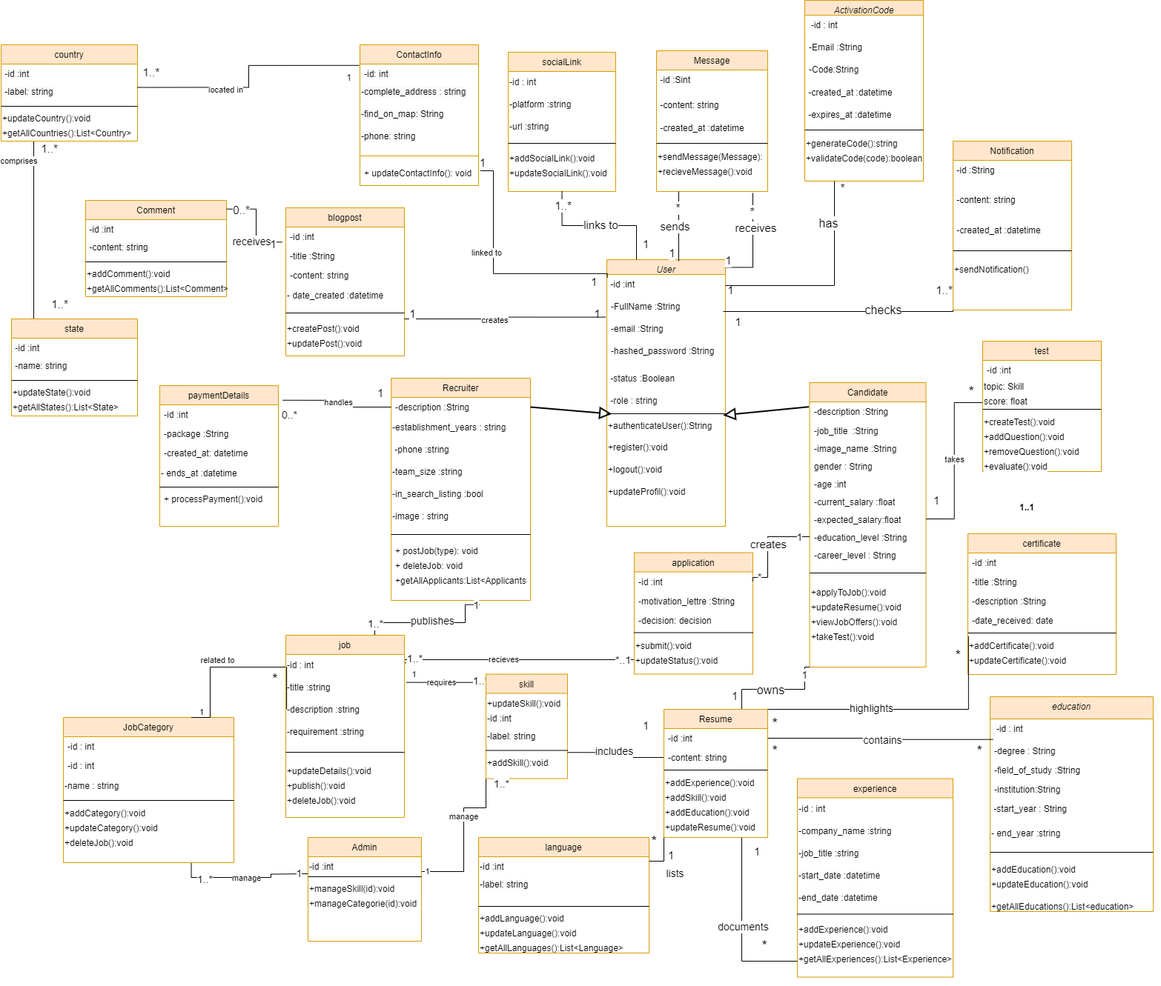
Above: class diagram.drawio.png in chirine1/-project (draw.io), before the change. Source tidied: cells renumbered, new cells last; positions are measured from the earlier drawing's top-left corner, leaving out a move shared by most shapes.
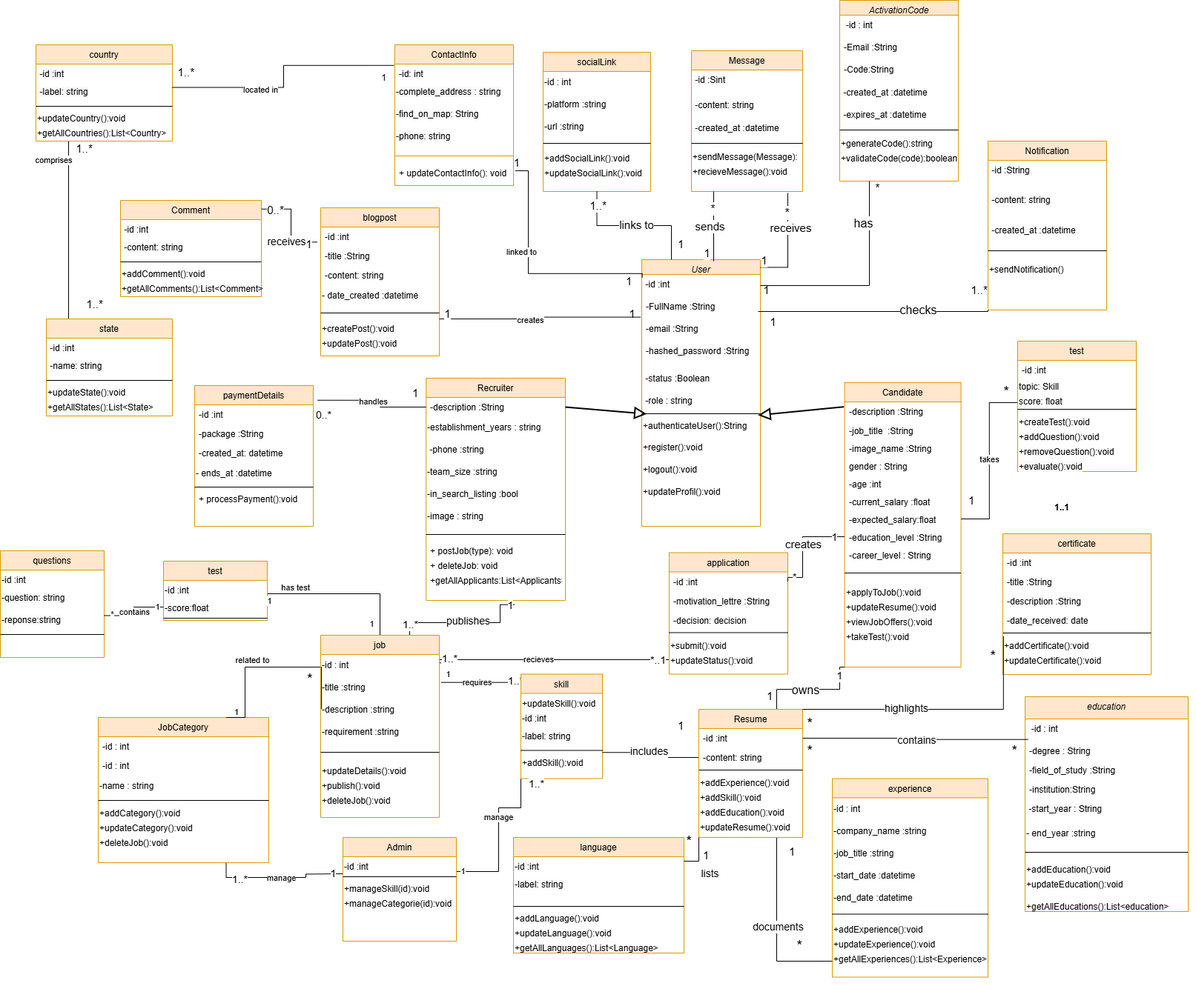
The same diagram one commit later.

Commit message:
Mettre à jour class diagram.drawio.png

Diff of the diagram source:
```diff
@@ -1006,6 +1006,9 @@
     <mxCell id="278" value="+ processPayment():void" style="text;strokeColor=none;fillColor=none;align=left;verticalAlign=top;spacingLeft=4;spacingRight=4;overflow=hidden;whiteSpace=wrap;html=1;" parent="272" vertex="1">
       <mxGeometry y="140" width="160" height="30" as="geometry" />
     </mxCell>
+    <mxCell id="300" style="edgeStyle=orthogonalEdgeStyle;rounded=0;jettySize=auto;html=1;exitX=0.5;exitY=0;exitDx=0;exitDy=0;entryX=1;entryY=0.75;entryDx=0;entryDy=0;endArrow=none;endFill=0;" parent="1" edge="1" source="279" target="307">
+      <mxGeometry relative="1" as="geometry" />
+    </mxCell>
     <mxCell id="279" value="job" style="swimlane;fontStyle=0;align=center;verticalAlign=top;horizontal=1;startSize=26;rounded=0;shadow=0;strokeWidth=1;fillColor=#ffe6cc;strokeColor=#d79b00;" parent="1" vertex="1">
       <mxGeometry x="384" y="857" width="160" height="246" as="geometry" />
     </mxCell>
@@ -1073,5 +1076,55 @@
     <mxCell id="299" value="&lt;div style=&quot;forced-color-adjust: none; text-align: left;&quot;&gt;&lt;div&gt;+getAllEducations():List&amp;lt;education&amp;gt;&lt;/div&gt;&lt;div&gt;&lt;br style=&quot;text-wrap: nowrap;&quot;&gt;&lt;span style=&quot;color: rgba(0, 0, 0, 0); font-family: monospace; font-size: 0px; text-wrap: nowrap;&quot;&gt;%3CmxGraphModel%3E%3Croot%3E%3CmxCell%20id%3D%220%22%2F%3E%3CmxCell%20id%3D%221%22%20parent%3D%220%22%2F%3E%3CmxCell%20id%3D%222%22%20value%3D%22language%22%20style%3D%22swimlane%3BfontStyle%3D0%3Balign%3Dcenter%3BverticalAlign%3Dtop%3BchildLayout%3DstackLayout%3Bhorizontal%3D1%3BstartSize%3D26%3BhorizontalStack%3D0%3BresizeParent%3D1%3BresizeLast%3D0%3Bcollapsible%3D1%3BmarginBottom%3D0%3Brounded%3D0%3Bshadow%3D0%3BstrokeWidth%3D1%3BfillColor%3D%23ffe6cc%3BstrokeColor%3D%23d79b00%3B%22%20vertex%3D%221%22%20parent%3D%221%22%3E%3CmxGeometry%20x%3D%2240%22%20y%3D%22-310%22%20width%3D%22153%22%20height%3D%22140%22%20as%3D%22geometry%22%3E%3CmxRectangle%20x%3D%22550%22%20y%3D%22140%22%20width%3D%22160%22%20height%3D%2226%22%20as%3D%22alternateBounds%22%2F%3E%3C%2FmxGeometry%3E%3C%2FmxCell%3E%3CmxCell%20id%3D%223%22%20value%3D%22%26lt%3Bspan%20style%3D%26quot%3Bcolor%3A%20rgb(0%2C%200%2C%200)%3B%20font-family%3A%20Helvetica%3B%20font-size%3A%2012px%3B%20font-style%3A%20normal%3B%20font-variant-ligatures%3A%20normal%3B%20font-variant-caps%3A%20normal%3B%20font-weight%3A%20400%3B%20letter-spacing%3A%20normal%3B%20orphans%3A%202%3B%20text-align%3A%20left%3B%20text-indent%3A%200px%3B%20text-transform%3A%20none%3B%20widows%3A%202%3B%20word-spacing%3A%200px%3B%20-webkit-text-stroke-width%3A%200px%3B%20background-color%3A%20rgb(251%2C%20251%2C%20251)%3B%20text-decoration-thickness%3A%20initial%3B%20text-decoration-style%3A%20initial%3B%20text-decoration-color%3A%20initial%3B%20float%3A%20none%3B%20display%3A%20inline%20!important%3B%26quot%3B%26gt%3B-id%20%3Aint%26lt%3B%2Fspan%26gt%3B%22%20style%3D%22text%3BwhiteSpace%3Dwrap%3Bhtml%3D1%3B%22%20vertex%3D%221%22%20parent%3D%222%22%3E%3CmxGeometry%20y%3D%2226%22%20width%3D%22153%22%20height%3D%2224%22%20as%3D%22geometry%22%2F%3E%3C%2FmxCell%3E%3CmxCell%20id%3D%224%22%20value%3D%22%26lt%3Bspan%20style%3D%26quot%3Bcolor%3A%20rgb(0%2C%200%2C%200)%3B%20font-family%3A%20Helvetica%3B%20font-size%3A%2012px%3B%20font-style%3A%20normal%3B%20font-variant-ligatures%3A%20normal%3B%20font-variant-caps%3A%20normal%3B%20font-weight%3A%20400%3B%20letter-spacing%3A%20normal%3B%20orphans%3A%202%3B%20text-align%3A%20left%3B%20text-indent%3A%200px%3B%20text-transform%3A%20none%3B%20widows%3A%202%3B%20word-spacing%3A%200px%3B%20-webkit-text-stroke-width%3A%200px%3B%20background-color%3A%20rgb(251%2C%20251%2C%20251)%3B%20text-decoration-thickness%3A%20initial%3B%20text-decoration-style%3A%20initial%3B%20text-decoration-color%3A%20initial%3B%20float%3A%20none%3B%20display%3A%20inline%20!important%3B%26quot%3B%26gt%3B-label%3A%20string%26lt%3B%2Fspan%26gt%3B%22%20style%3D%22text%3BwhiteSpace%3Dwrap%3Bhtml%3D1%3B%22%20vertex%3D%221%22%20parent%3D%222%22%3E%3CmxGeometry%20y%3D%2250%22%20width%3D%22153%22%20height%3D%2240%22%20as%3D%22geometry%22%2F%3E%3C%2FmxCell%3E%3CmxCell%20id%3D%225%22%20value%3D%22%22%20style%3D%22line%3Bhtml%3D1%3BstrokeWidth%3D1%3Balign%3Dleft%3BverticalAlign%3Dmiddle%3BspacingTop%3D-1%3BspacingLeft%3D3%3BspacingRight%3D3%3Brotatable%3D0%3BlabelPosition%3Dright%3Bpoints%3D%5B%5D%3BportConstraint%3Deastwest%3B%22%20vertex%3D%221%22%20parent%3D%222%22%3E%3CmxGeometry%20y%3D%2290%22%20width%3D%22153%22%20height%3D%226%22%20as%3D%22geometry%22%2F%3E%3C%2FmxCell%3E%3CmxCell%20id%3D%226%22%20value%3D%22%26lt%3Bdiv%20style%3D%26quot%3Bforced-color-adjust%3A%20none%3B%20text-align%3A%20left%3B%26quot%3B%26gt%3B%2BaddLanguage()%3Avoid%26lt%3B%2Fdiv%26gt%3B%26lt%3Bdiv%20style%3D%26quot%3Bforced-color-adjust%3A%20none%3B%20text-align%3A%20left%3B%26quot%3B%26gt%3B%26lt%3Bbr%20style%3D%26quot%3Bforced-color-adjust%3A%20none%3B%20color%3A%20rgb(0%2C%200%2C%200)%3B%20font-family%3A%20Helvetica%3B%20font-size%3A%2012px%3B%20font-style%3A%20normal%3B%20font-variant-ligatures%3A%20normal%3B%20font-variant-caps%3A%20normal%3B%20font-weight%3A%20400%3B%20letter-spacing%3A%20normal%3B%20orphans%3A%202%3B%20text-align%3A%20left%3B%20text-indent%3A%200px%3B%20text-transform%3A%20none%3B%20widows%3A%202%3B%20word-spacing%3A%200px%3B%20-webkit-text-stroke-width%3A%200px%3B%20white-space%3A%20nowrap%3B%20background-color%3A%20rgb(251%2C%20251%2C%20251)%3B%20text-decoration-thickness%3A%20initial%3B%20text-decoration-style%3A%20initial%3B%20text-decoration-color%3A%20initial%3B%26quot%3B%26gt%3B%26lt%3Bbr%26gt%3B%26lt%3Bbr%26gt%3B%26lt%3B%2Fdiv%26gt%3B%22%20style%3D%22text%3BwhiteSpace%3Dwrap%3Bhtml%3D1%3B%22%20vertex%3D%221%22%20parent%3D%222%22%3E%3CmxGeometry%20y%3D%2296%22%20width%3D%22153%22%20height%3D%2220%22%20as%3D%22geometry%22%2F%3E%3C%2FmxCell%3E%3CmxCell%20id%3D%227%22%20value%3D%22%26lt%3Bdiv%20style%3D%26quot%3Bforced-color-adjust%3A%20none%3B%20text-align%3A%20left%3B%26quot%3B%26gt%3B%2BupdateLanguage()%3Avoid%26lt%3B%2Fdiv%26gt%3B%26lt%3Bdiv%20style%3D%26quot%3Bforced-color-adjust%3A%20none%3B%20text-align%3A%20left%3B%26quot%3B%26gt%3B%26lt%3Bbr%20style%3D%26quot%3Bforced-color-adjust%3A%20none%3B%20color%3A%20rgb(0%2C%200%2C%200)%3B%20font-family%3A%20Helvetica%3B%20font-size%3A%2012px%3B%20font-style%3A%20normal%3B%20font-variant-ligatures%3A%20normal%3B%20font-variant-caps%3A%20normal%3B%20font-weight%3A%20400%3B%20letter-spacing%3A%20normal%3B%20orphans%3A%202%3B%20text-align%3A%20left%3B%20text-indent%3A%200px%3B%20text-transform%3A%20none%3B%20widows%3A%202%3B%20word-spacing%3A%200px%3B%20-webkit-text-stroke-width%3A%200px%3B%20white-space%3A%20nowrap%3B%20background-color%3A%20rgb(251%2C%20251%2C%20251)%3B%20text-decoration-thickness%3A%20initial%3B%20text-decoration-style%3A%20initial%3B%20text-decoration-color%3A%20initial%3B%26quot%3B%26gt%3B%26lt%3Bbr%26gt%3B%26lt%3Bbr%26gt%3B%26lt%3B%2Fdiv%26gt%3B%22%20style%3D%22text%3BwhiteSpace%3Dwrap%3Bhtml%3D1%3B%22%20vertex%3D%221%22%20parent%3D%222%22%3E%3CmxGeometry%20y%3D%22116%22%20width%3D%22153%22%20height%3D%2220%22%20as%3D%22geometry%22%2F%3E%3C%2FmxCell%3E%3C%2Froot%3E%3C%2FmxGraphModel%3E&lt;/span&gt;&lt;br&gt;&lt;/div&gt;&lt;/div&gt;" style="text;whiteSpace=wrap;html=1;" parent="1" vertex="1">
       <mxGeometry x="1334" y="1210" width="230" height="20" as="geometry" />
     </mxCell>
+    <mxCell id="301" value="questions" style="swimlane;fontStyle=0;align=center;verticalAlign=top;horizontal=1;startSize=26;rounded=0;shadow=0;strokeWidth=1;fillColor=#ffe6cc;strokeColor=#d79b00;" parent="1" vertex="1">
+      <mxGeometry x="-48" y="743" width="140" height="144" as="geometry" />
+    </mxCell>
+    <mxCell id="302" value="&lt;span style=&quot;color: rgb(0, 0, 0); font-family: Helvetica; font-size: 12px; font-style: normal; font-variant-ligatures: normal; font-variant-caps: normal; font-weight: 400; letter-spacing: normal; orphans: 2; text-align: left; text-indent: 0px; text-transform: none; widows: 2; word-spacing: 0px; -webkit-text-stroke-width: 0px; background-color: rgb(251, 251, 251); text-decoration-thickness: initial; text-decoration-style: initial; text-decoration-color: initial; float: none; display: inline !important;&quot;&gt;-id :int&lt;/span&gt;" style="text;whiteSpace=wrap;html=1;" parent="301" vertex="1">
+      <mxGeometry y="26" width="140" height="24" as="geometry" />
+    </mxCell>
+    <mxCell id="303" value="&lt;span style=&quot;color: rgb(0, 0, 0); font-family: Helvetica; font-size: 12px; font-style: normal; font-variant-ligatures: normal; font-variant-caps: normal; font-weight: 400; letter-spacing: normal; orphans: 2; text-align: left; text-indent: 0px; text-transform: none; widows: 2; word-spacing: 0px; -webkit-text-stroke-width: 0px; background-color: rgb(251, 251, 251); text-decoration-thickness: initial; text-decoration-style: initial; text-decoration-color: initial; float: none; display: inline !important;&quot;&gt;-question: string&lt;/span&gt;" style="text;whiteSpace=wrap;html=1;" parent="301" vertex="1">
+      <mxGeometry y="50" width="140" height="30" as="geometry" />
+    </mxCell>
+    <mxCell id="304" value="&lt;span style=&quot;color: rgb(0, 0, 0); font-family: Helvetica; font-size: 12px; font-style: normal; font-variant-ligatures: normal; font-variant-caps: normal; font-weight: 400; letter-spacing: normal; orphans: 2; text-align: left; text-indent: 0px; text-transform: none; widows: 2; word-spacing: 0px; -webkit-text-stroke-width: 0px; background-color: rgb(251, 251, 251); text-decoration-thickness: initial; text-decoration-style: initial; text-decoration-color: initial; float: none; display: inline !important;&quot;&gt;-reponse:string&lt;/span&gt;" style="text;whiteSpace=wrap;html=1;" parent="301" vertex="1">
+      <mxGeometry y="80" width="140" height="30" as="geometry" />
+    </mxCell>
+    <mxCell id="305" style="line;html=1;strokeWidth=1;align=left;verticalAlign=middle;spacingTop=-1;spacingLeft=3;spacingRight=3;labelPosition=right;" parent="301" vertex="1">
+      <mxGeometry y="110" width="140" height="6" as="geometry" />
+    </mxCell>
+    <mxCell id="306" value="test" style="swimlane;fontStyle=0;align=center;verticalAlign=top;horizontal=1;startSize=26;rounded=0;shadow=0;strokeWidth=1;fillColor=#ffe6cc;strokeColor=#d79b00;" parent="1" vertex="1">
+      <mxGeometry x="172" y="757" width="140" height="80" as="geometry" />
+    </mxCell>
+    <mxCell id="307" value="&lt;span style=&quot;color: rgb(0, 0, 0); font-family: Helvetica; font-size: 12px; font-style: normal; font-variant-ligatures: normal; font-variant-caps: normal; font-weight: 400; letter-spacing: normal; orphans: 2; text-align: left; text-indent: 0px; text-transform: none; widows: 2; word-spacing: 0px; -webkit-text-stroke-width: 0px; background-color: rgb(251, 251, 251); text-decoration-thickness: initial; text-decoration-style: initial; text-decoration-color: initial; float: none; display: inline !important;&quot;&gt;-id :int&lt;/span&gt;" style="text;whiteSpace=wrap;html=1;" parent="306" vertex="1">
+      <mxGeometry y="26" width="140" height="24" as="geometry" />
+    </mxCell>
+    <mxCell id="308" value="&lt;span style=&quot;color: rgb(0, 0, 0); font-family: Helvetica; font-size: 12px; font-style: normal; font-variant-ligatures: normal; font-variant-caps: normal; font-weight: 400; letter-spacing: normal; orphans: 2; text-align: left; text-indent: 0px; text-transform: none; widows: 2; word-spacing: 0px; -webkit-text-stroke-width: 0px; background-color: rgb(251, 251, 251); text-decoration-thickness: initial; text-decoration-style: initial; text-decoration-color: initial; float: none; display: inline !important;&quot;&gt;-score:float&lt;/span&gt;" style="text;whiteSpace=wrap;html=1;" parent="306" vertex="1">
+      <mxGeometry y="50" width="140" height="24" as="geometry" />
+    </mxCell>
+    <mxCell id="309" style="line;html=1;strokeWidth=1;align=left;verticalAlign=middle;spacingTop=-1;spacingLeft=3;spacingRight=3;labelPosition=right;" parent="306" vertex="1">
+      <mxGeometry y="74" width="140" height="6" as="geometry" />
+    </mxCell>
+    <mxCell id="310" value="1" style="edgeLabel;html=1;align=center;verticalAlign=middle;" parent="1" vertex="1">
+      <mxGeometry x="374" y="788" as="geometry">
+        <mxPoint x="78" y="53" as="offset" />
+      </mxGeometry>
+    </mxCell>
+    <mxCell id="311" value="1" style="edgeLabel;html=1;align=center;verticalAlign=middle;" parent="1" vertex="1">
+      <mxGeometry x="314" y="810" as="geometry" />
+    </mxCell>
+    <mxCell id="312" value="has test" style="edgeLabel;html=1;align=center;verticalAlign=middle;" parent="1" vertex="1">
+      <mxGeometry x="349.5" y="792.5" as="geometry" />
+    </mxCell>
+    <mxCell id="313" style="edgeStyle=orthogonalEdgeStyle;rounded=0;jettySize=auto;html=1;entryX=1;entryY=0.25;entryDx=0;entryDy=0;endArrow=none;endFill=0;" parent="1" edge="1" source="308" target="304">
+      <mxGeometry relative="1" as="geometry" />
+    </mxCell>
+    <mxCell id="314" value="1" style="edgeLabel;html=1;align=center;verticalAlign=middle;" parent="313" vertex="1">
+      <mxGeometry x="-0.8" y="-1" relative="1" as="geometry" />
+    </mxCell>
+    <mxCell id="315" value="*" style="edgeLabel;html=1;align=center;verticalAlign=middle;" parent="313" vertex="1">
+      <mxGeometry x="0.77" y="-2" relative="1" as="geometry" />
+    </mxCell>
+    <mxCell id="316" value="contains" style="edgeLabel;html=1;align=center;verticalAlign=middle;" parent="313" vertex="1">
+      <mxGeometry relative="1" as="geometry" />
+    </mxCell>
   </root>
 </mxGraphModel>
```
